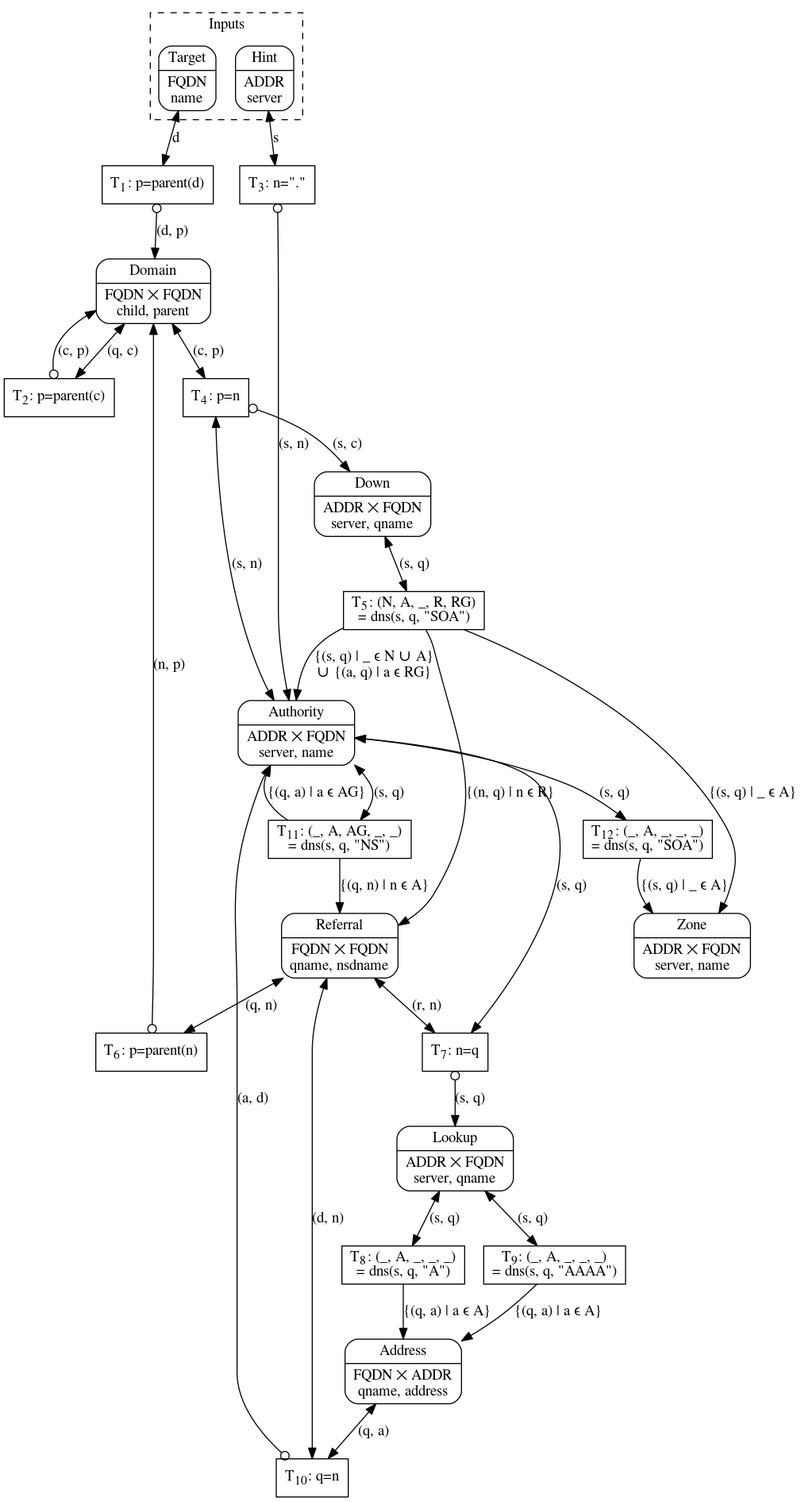
Before: topo.png, a diagram exported from Graphviz (mattias-p/topo). Its source is kept beside it as topo.dot.
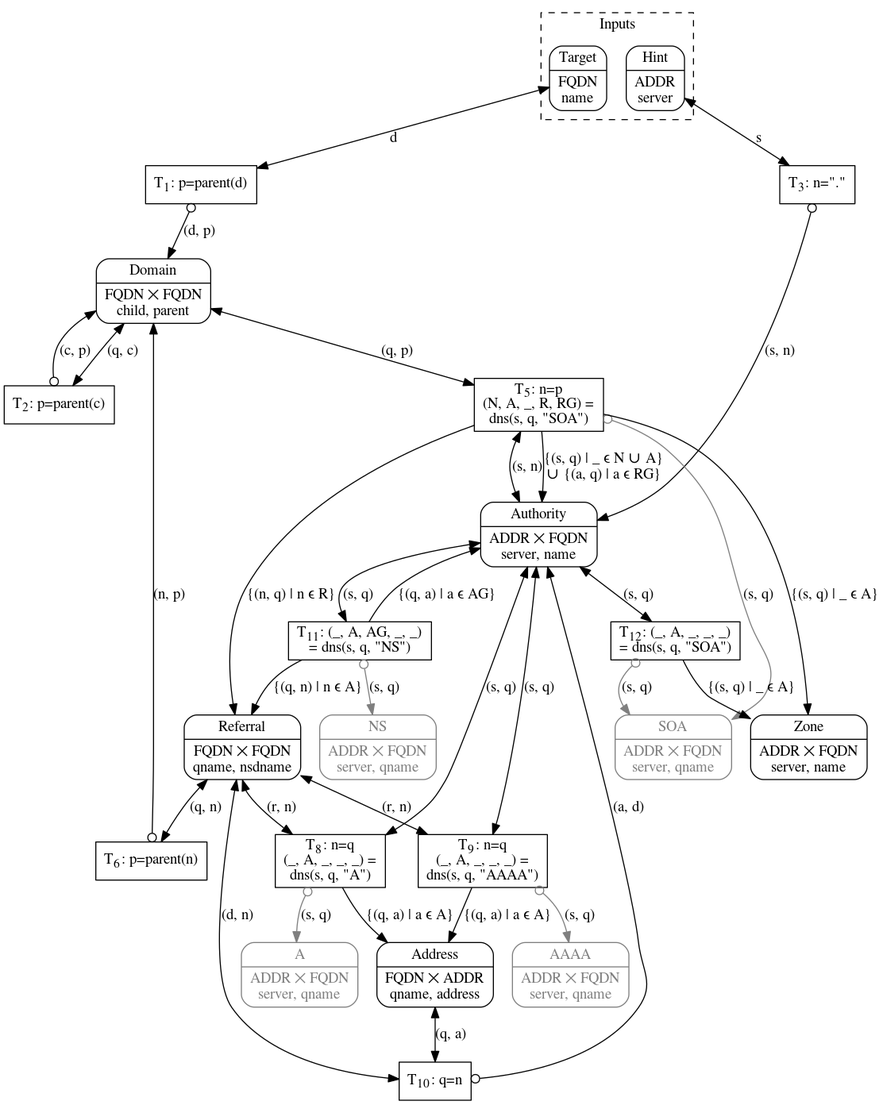
The same diagram one commit later.

Commit message:
Add inhibitor arcs to DNS transitions

Diff of the diagram source:
```diff
@@ -1,5 +1,5 @@
 digraph Algorithm {
-    node [shape=Mrecord, style=filled, fillcolor=white]
+    node [layer=all, shape=Mrecord, style=filled, fillcolor=white]
     edge [dir=both]
 
     subgraph cluster_Inputs {
@@ -10,11 +10,18 @@
         Hint   [label="{Hint|ADDR\nserver}"]
     }
 
+    node [color=gray50, fontcolor=gray50]
+
+    SOA       [label="{SOA|ADDR ⨉ FQDN\nserver, qname}"]
+    A         [label="{A|ADDR ⨉ FQDN\nserver, qname}"]
+    AAAA      [label="{AAAA|ADDR ⨉ FQDN\nserver, qname}"]
+    NS        [label="{NS|ADDR ⨉ FQDN\nserver, qname}"]
+
+    node [color=black, fontcolor=black]
+
     Domain    [label="{Domain|FQDN ⨉ FQDN\nchild, parent}"]
     Authority [label="{Authority|ADDR ⨉ FQDN\nserver, name}"]
-    Down      [label="{Down|ADDR ⨉ FQDN\nserver, qname}"]
     Referral  [label="{Referral|FQDN ⨉ FQDN\nqname, nsdname}"]
-    Lookup    [label="{Lookup|ADDR ⨉ FQDN\nserver, qname}"]
     Address   [label="{Address|FQDN ⨉ ADDR\nqname, address}"]
     Zone      [label="{Zone|ADDR ⨉ FQDN\nserver, name}"]
 
@@ -32,13 +39,10 @@
     T3 [label=< T<SUB>3</SUB>: n="." >]
     T3 -> Authority [label="(s, n)", arrowtail=odot]
 
-    Domain -> T4 [label="(c, p)"]
-    Authority -> T4 [label="(s, n)"]
-    T4 [label=< T<SUB>4</SUB>: p=n >]
-    T4 -> Down [label="(s, c)", arrowtail=odot]
-
-    Down -> T5 [label="(s, q)"]
-    T5 [label=< T<SUB>5</SUB>: (N, A, _, R, RG)<BR/>= dns(s, q, "SOA") >]
+    Domain -> T5 [label="(q, p)"]
+    Authority -> T5 [label="(s, n)"]
+    T5 [label=< T<SUB>5</SUB>: n=p<BR/>(N, A, _, R, RG) =<BR/>dns(s, q, "SOA") >]
+    T5 -> SOA [label="(s, q)", arrowtail=odot, color=gray50]
     T5 -> Authority [label="{(s, q) | _ ∊ N ∪ A}\n∪ {(a, q) | a ∊ RG}", dir=forward]
     T5 -> Referral [label="{(n, q) | n ∊ R}", dir=forward]
     T5 -> Zone [label="{(s, q) | _ ∊ A}", dir=forward]
@@ -47,18 +51,17 @@
     T6 [label=< T<SUB>6</SUB>: p=parent(n) >]
     T6 -> Domain [label="(n, p)", arrowtail=odot]
 
-    Referral -> T7 [label="(r, n)"]
-    Authority -> T7 [label="(s, q)"]
-    T7 [label=< T<SUB>7</SUB>: n=q >]
-    T7 -> Lookup [label="(s, q)", arrowtail=odot]
+    Referral -> T9 [label="(r, n)"]
+    Authority -> T9 [label="(s, q)"]
+    T9 [label=< T<SUB>9</SUB>: n=q<BR/>(_, A, _, _, _) =<BR/>dns(s, q, "AAAA") >]
+    T9 -> AAAA [label="(s, q)", arrowtail=odot, color=gray50]
+    T9 -> Address [label="{(q, a) | a ∊ A}", dir=forward]
 
-    Lookup -> T8 [label="(s, q)"]
-    T8 [label=< T<SUB>8</SUB>: (_, A, _, _, _)<BR/>= dns(s, q, "A") >]
+    Referral:s -> T8 [label="(r, n)"]
+    Authority -> T8 [label="(s, q)"]
+    T8 [label=< T<SUB>8</SUB>: n=q<BR/>(_, A, _, _, _) =<BR/>dns(s, q, "A") >]
+    T8 -> A [label="(s, q)", arrowtail=odot, color=gray50]
     T8 -> Address [label="{(q, a) | a ∊ A}", dir=forward]
-
-    Lookup -> T9 [label="(s, q)"]
-    T9 [label=< T<SUB>9</SUB>: (_, A, _, _, _)<BR/>= dns(s, q, "AAAA") >]
-    T9 -> Address [label="{(q, a) | a ∊ A}", dir=forward]
 
     Address -> T10 [label="(q, a)"]
     Referral -> T10 [label="(d, n)"]
@@ -67,10 +70,12 @@
 
     Authority -> T11 [label="(s, q)"]
     T11 [label=< T<SUB>11</SUB>: (_, A, AG, _, _)<BR/>= dns(s, q, "NS") >]
+    T11 -> NS [label="(s, q)", arrowtail=odot, color=gray50]
     T11 -> Referral [label="{(q, n) | n ∊ A}", dir=forward]
     T11 -> Authority [label="{(q, a) | a ∊ AG}", dir=forward]
 
     Authority -> T12 [label="(s, q)"]
     T12 [label=< T<SUB>12</SUB>: (_, A, _, _, _)<BR/>= dns(s, q, "SOA") >]
+    T12 -> SOA [label="(s, q)", arrowtail=odot, color=gray50]
     T12 -> Zone [label="{(s, q) | _ ∊ A}", dir=forward]
 }
```
